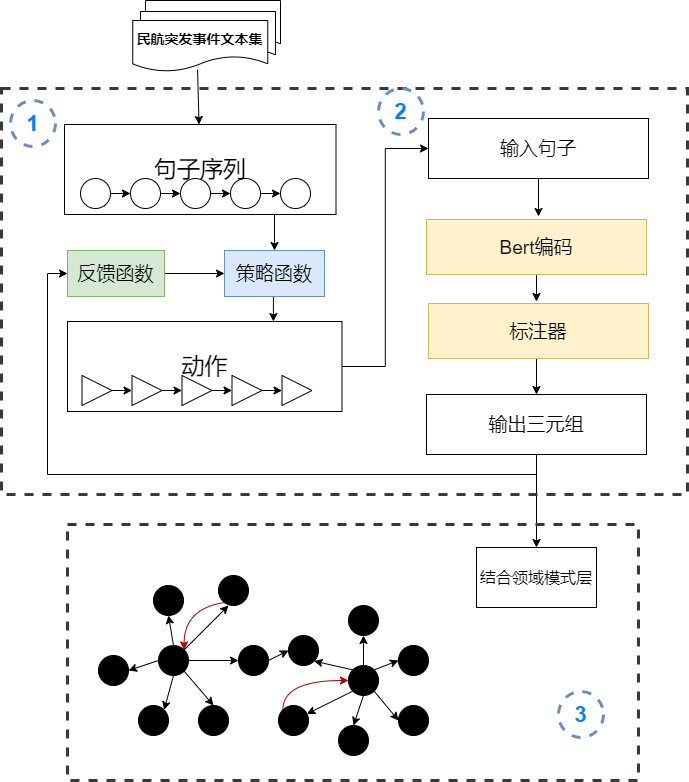
Earlier version of the draw.io export RL.png (bigbigkid/begin_one). Source tidied: cells renumbered, new cells last; positions are measured from the earlier drawing's top-left corner, leaving out a move shared by most shapes.
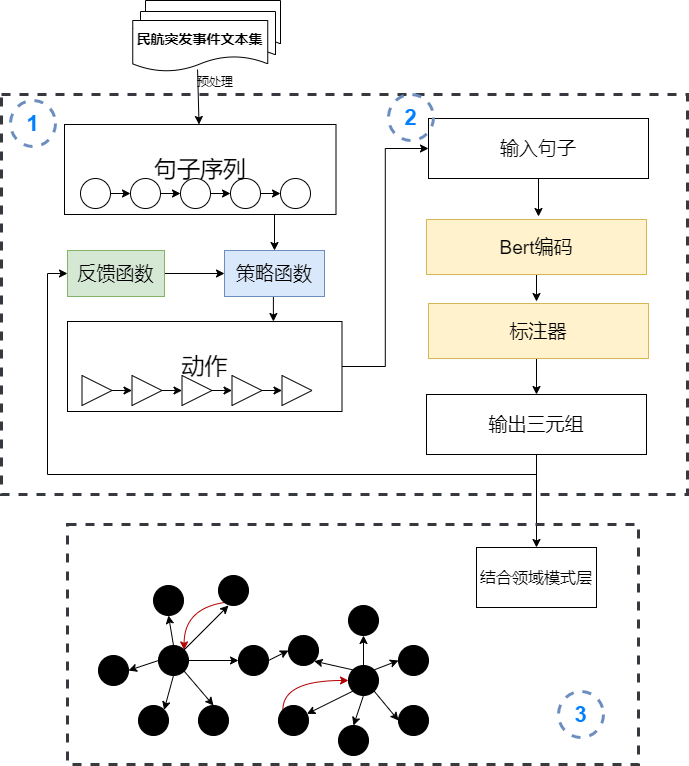
Above is the later version.

Diff of the diagram source:
```diff
@@ -223,19 +223,22 @@
       <mxGeometry relative="1" as="geometry" />
     </mxCell>
     <mxCell id="71" style="rounded=0;whiteSpace=wrap;html=1;strokeColor=#36393d;strokeWidth=3;dashed=1;fillColor=none;" parent="1" vertex="1">
-      <mxGeometry x="66" y="524" width="571" height="256" as="geometry" />
+      <mxGeometry x="66" y="524" width="571" height="240" as="geometry" />
     </mxCell>
     <mxCell id="72" value="&lt;b&gt;&lt;font style=&quot;font-size: 22px&quot; color=&quot;#007fff&quot;&gt;3&lt;/font&gt;&lt;/b&gt;" style="ellipse;whiteSpace=wrap;html=1;dashed=1;strokeWidth=3;strokeColor=#6c8ebf;fillColor=none;" parent="1" vertex="1">
       <mxGeometry x="557" y="691" width="45" height="46" as="geometry" />
     </mxCell>
     <mxCell id="73" style="rounded=0;whiteSpace=wrap;html=1;strokeColor=#36393d;strokeWidth=3;dashed=1;fillColor=none;" parent="1" vertex="1">
-      <mxGeometry y="88" width="686" height="406" as="geometry" />
+      <mxGeometry y="94" width="686" height="400" as="geometry" />
     </mxCell>
     <mxCell id="74" value="&lt;b&gt;&lt;font style=&quot;font-size: 22px&quot; color=&quot;#007fff&quot;&gt;1&lt;/font&gt;&lt;/b&gt;" style="ellipse;whiteSpace=wrap;html=1;dashed=1;strokeWidth=3;strokeColor=#6c8ebf;fillColor=none;" parent="1" vertex="1">
       <mxGeometry x="9" y="100" width="45" height="46" as="geometry" />
     </mxCell>
     <mxCell id="75" value="&lt;b&gt;&lt;font style=&quot;font-size: 22px&quot; color=&quot;#007fff&quot;&gt;2&lt;/font&gt;&lt;/b&gt;" style="ellipse;whiteSpace=wrap;html=1;dashed=1;strokeWidth=3;strokeColor=#6c8ebf;fillColor=none;" parent="1" vertex="1">
-      <mxGeometry x="377" y="88" width="45" height="46" as="geometry" />
+      <mxGeometry x="387" y="94" width="45" height="46" as="geometry" />
     </mxCell>
+    <mxCell id="76" value="预处理" style="text;html=1;strokeColor=none;fillColor=none;align=center;verticalAlign=middle;whiteSpace=wrap;rounded=0;dashed=1;" parent="1" vertex="1">
+      <mxGeometry x="194" y="71" width="40" height="20" as="geometry" />
+    </mxCell>
   </root>
 </mxGraphModel>
```
